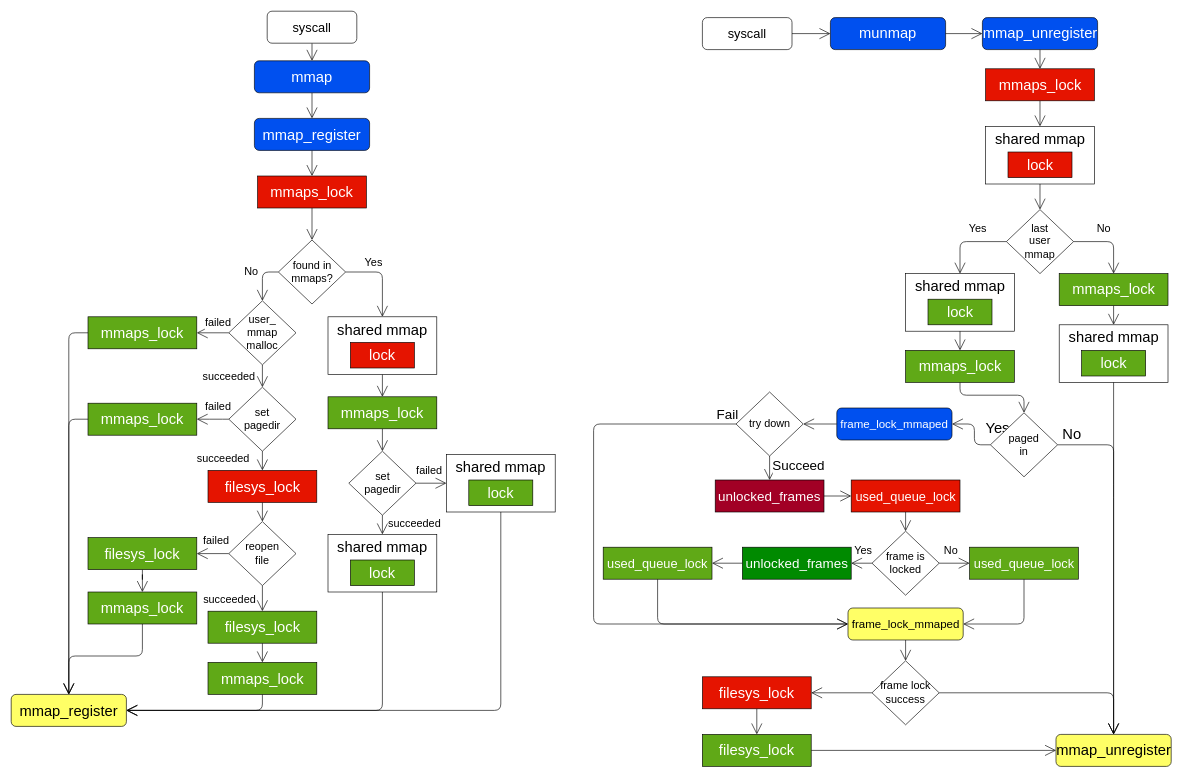
The draw.io diagram doc/Task 3 - Design Document/diagram/synch mmap.drawio in OliverKillane/Imperial-Pintos, before the edit. Source tidied: cells renumbered, new cells numbered last; positions are measured from the earlier drawing's top-left corner, leaving out a move shared by most shapes. Both pictures are drawn from the tidied source at 64%, with x=0, y=0 at pixel (11, 11).
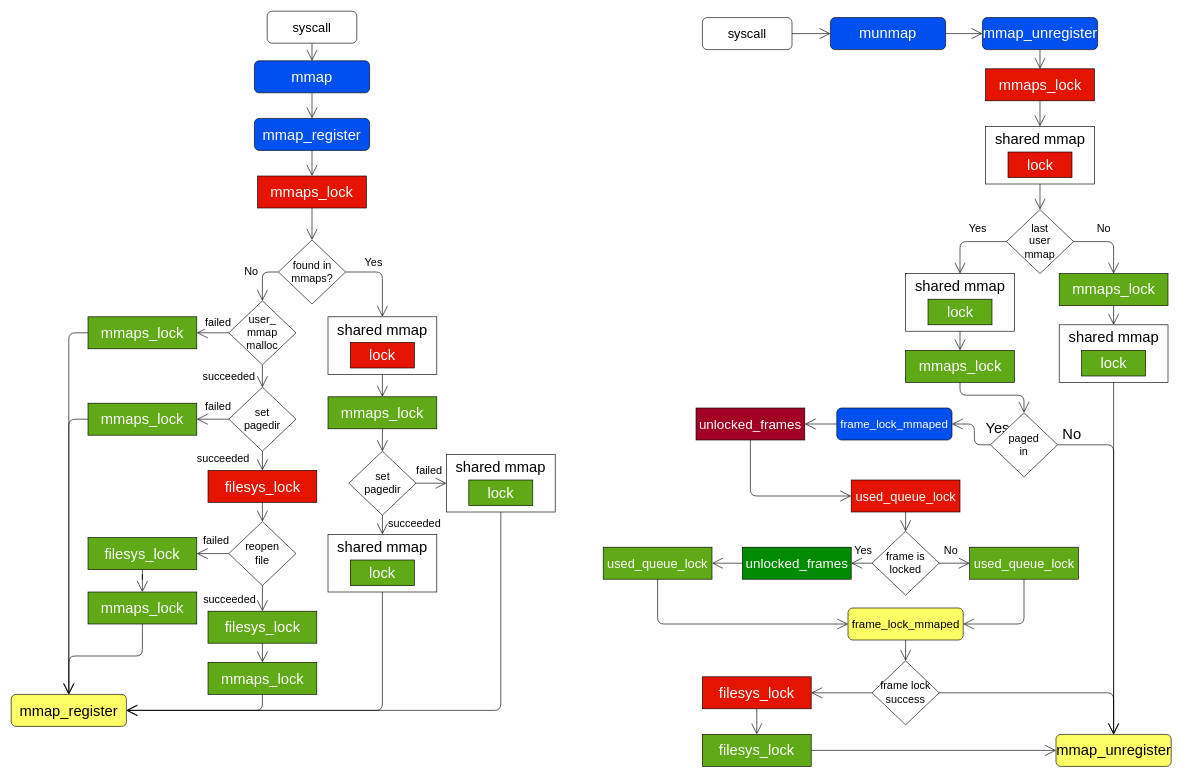
Above is the later version.

Commit message (it also covers changes not shown here):
Updated diagrams: - removed typo from exec syscall and swap_page_evict - updated try_sema_down to sema_down in frame locking

Unchanged cells that the change refers to:
```xml
<mxCell id="76" value="frame_lock_mmaped" style="rounded=1;whiteSpace=wrap;html=1;fontSize=18;fillColor=#0050ef;fontColor=#ffffff;" parent="1" vertex="1">
  <mxGeometry x="1290" y="620" width="180" height="50" as="geometry" />
</mxCell>
<mxCell id="78" value="frame_lock_mmaped" style="rounded=1;whiteSpace=wrap;html=1;fontSize=18;fillColor=#FFFF66;" parent="1" vertex="1">
  <mxGeometry x="1307.5" y="932.5" width="180" height="50" as="geometry" />
</mxCell>
<mxCell id="80" value="used_queue_lock" style="rounded=0;whiteSpace=wrap;html=1;fontSize=20;fillColor=#e51400;fontColor=#ffffff;" parent="1" vertex="1">
  <mxGeometry x="1312.5" y="732.5" width="170" height="50" as="geometry" />
</mxCell>
```

What changed in the source:
```diff
@@
-    <mxCell id="75" style="edgeStyle=orthogonalEdgeStyle;rounded=1;jumpStyle=arc;jumpSize=15;jettySize=auto;html=1;exitX=0;exitY=0.5;exitDx=0;exitDy=0;entryX=1;entryY=0.5;entryDx=0;entryDy=0;endArrow=open;endFill=0;endSize=15;fontSize=21;fontColor=#000000;" parent="1" edge="1" source="76" target="104">
+    <mxCell id="75" style="edgeStyle=orthogonalEdgeStyle;rounded=1;jumpStyle=arc;jumpSize=15;jettySize=auto;html=1;exitX=0;exitY=0.5;exitDx=0;exitDy=0;entryX=1;entryY=0.5;entryDx=0;entryDy=0;endArrow=open;endFill=0;endSize=15;fontSize=21;fontColor=#000000;" parent="1" edge="1" source="76" target="99">
       <mxGeometry relative="1" as="geometry" />
     </mxCell>
@@
-    <mxCell id="98" style="edgeStyle=orthogonalEdgeStyle;rounded=1;jumpStyle=arc;jumpSize=15;jettySize=auto;html=1;exitX=1;exitY=0.5;exitDx=0;exitDy=0;entryX=0;entryY=0.5;entryDx=0;entryDy=0;endArrow=open;endFill=0;endSize=15;fontSize=21;fontColor=#000000;" parent="1" edge="1" source="99" target="80">
+    <mxCell id="98" style="edgeStyle=orthogonalEdgeStyle;rounded=1;jumpStyle=arc;jumpSize=15;jettySize=auto;html=1;exitX=0.5;exitY=1;exitDx=0;exitDy=0;entryX=0;entryY=0.5;entryDx=0;entryDy=0;endArrow=open;endFill=0;endSize=15;fontSize=21;fontColor=#000000;" parent="1" edge="1" source="99" target="80">
       <mxGeometry relative="1" as="geometry" />
     </mxCell>
     <mxCell id="99" value="unlocked_frames" style="rounded=0;whiteSpace=wrap;html=1;fontSize=21;fillColor=#a20025;fontColor=#ffffff;" parent="1" vertex="1">
-      <mxGeometry x="1100" y="732.5" width="170" height="50" as="geometry" />
+      <mxGeometry x="1070" y="620" width="170" height="50" as="geometry" />
     </mxCell>
@@
-    <mxCell id="102" value="Succeed" style="edgeStyle=orthogonalEdgeStyle;rounded=1;jumpStyle=arc;jumpSize=15;jettySize=auto;html=1;exitX=0.5;exitY=1;exitDx=0;exitDy=0;entryX=0.5;entryY=0;entryDx=0;entryDy=0;endArrow=open;endFill=0;endSize=15;fontSize=21;fontColor=#000000;" parent="1" edge="1" source="104" target="99">
-      <mxGeometry x="-0.2" y="45" relative="1" as="geometry" />
-    </mxCell>
-    <mxCell id="103" value="Fail" style="edgeStyle=orthogonalEdgeStyle;rounded=1;jumpStyle=arc;jumpSize=15;jettySize=auto;html=1;exitX=0;exitY=0.5;exitDx=0;exitDy=0;entryX=0;entryY=0.5;entryDx=0;entryDy=0;endArrow=open;endFill=0;endSize=15;fontSize=21;fontColor=#000000;" parent="1" edge="1" source="104" target="78">
-      <mxGeometry x="-0.97" y="-15" relative="1" as="geometry">
-        <Array as="points">
-          <mxPoint x="910" y="645" />
-          <mxPoint x="910" y="957" />
-        </Array>
-      </mxGeometry>
-    </mxCell>
-    <mxCell id="104" value="try down" style="rhombus;whiteSpace=wrap;html=1;strokeColor=#000000;fontSize=17;" parent="1" vertex="1">
-      <mxGeometry x="1132.5" y="595" width="105" height="100" as="geometry" />
-    </mxCell>
```
